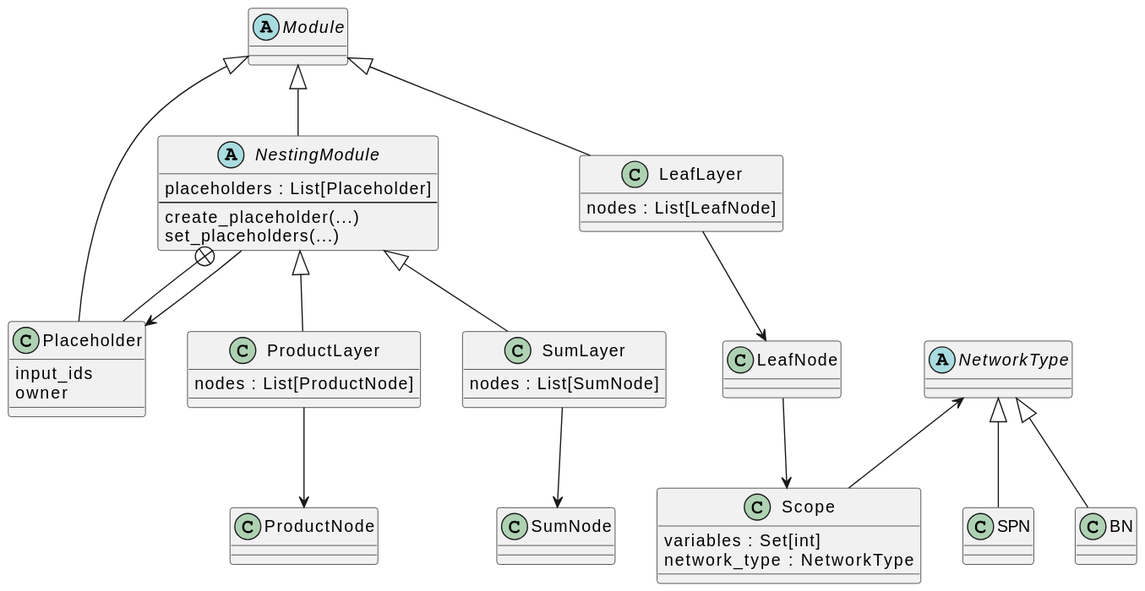
Earlier version of the PlantUML export design-concept/uml/all.svg (SPFlow/SPFlow).
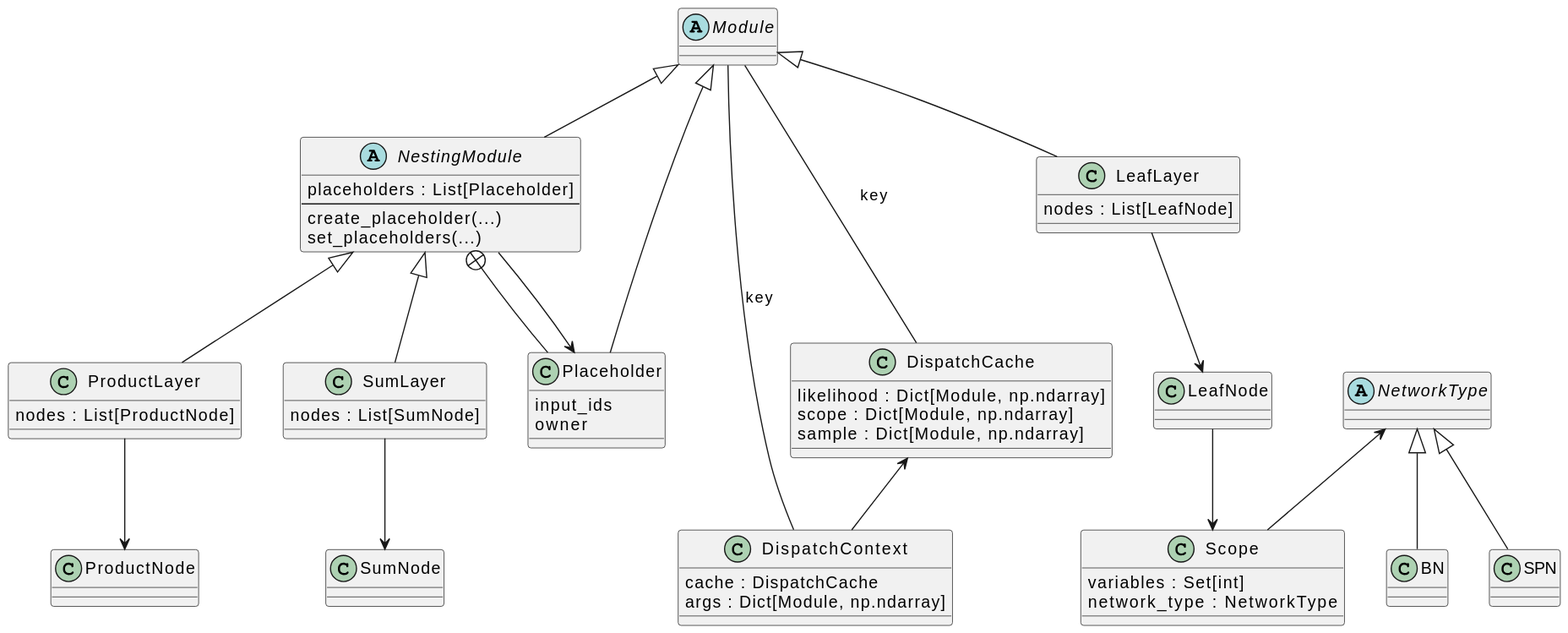
After the change.

Diff of the diagram source:
```diff
@@ -44,6 +44,23 @@
   nodes : List[SumNode]
 }
 
+abstract class Module
+
+class DispatchCache {
+  likelihood : Dict[Module, np.ndarray]
+  scope : Dict[Module, np.ndarray]
+  sample : Dict[Module, np.ndarray]
+}
+
+class DispatchContext {
+  cache : DispatchCache
+  args : Dict[Module, np.ndarray]
+}
+
+Module --- DispatchCache : key
+DispatchCache <-- DispatchContext
+Module --- DispatchContext : key
+
 class SumNode
 
 NestingModule <|-- SumLayer
```
